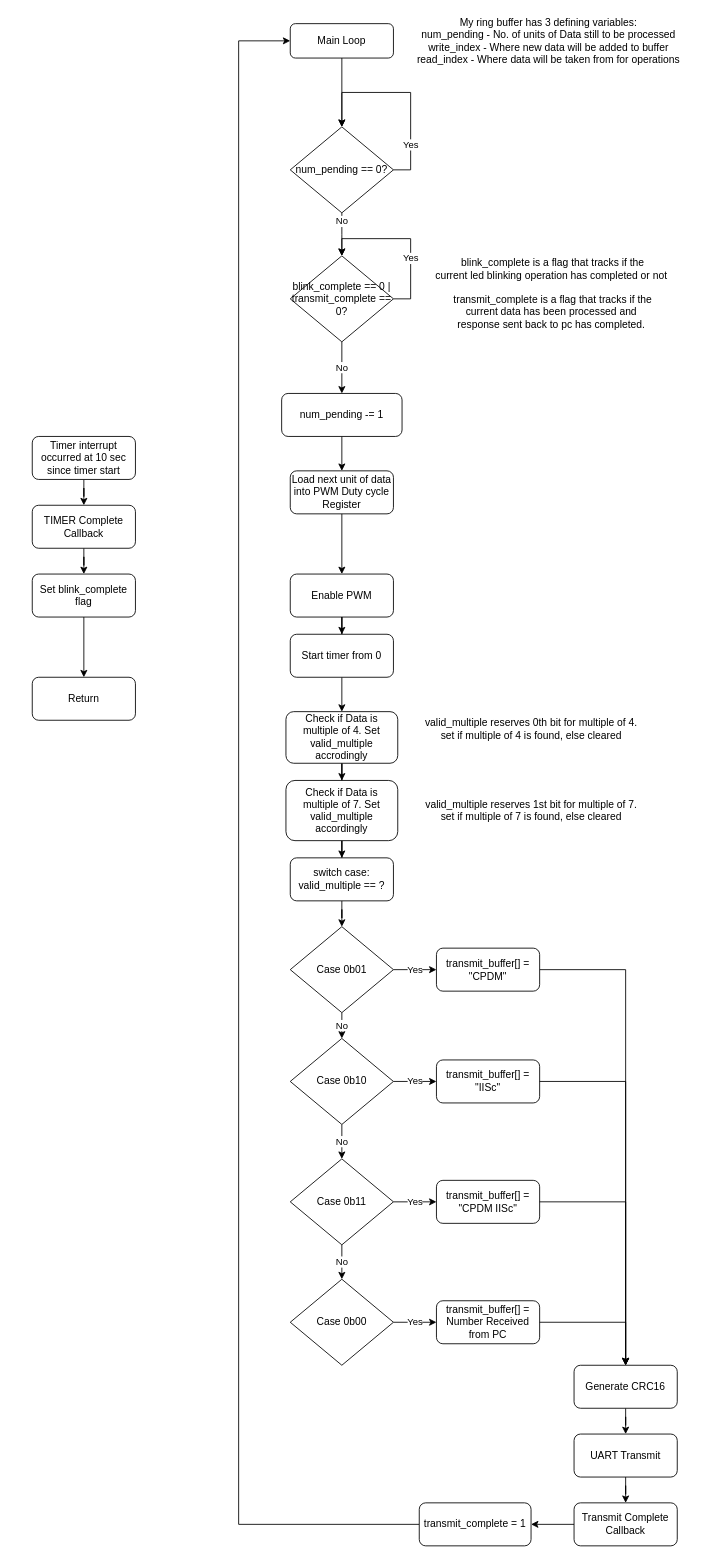
Earlier version of the draw.io diagram page "Main" (3 of 3) of Documentation/Flowchart.drawio (nagars/CPDM-IISc). Source tidied: cells renumbered, new cells numbered last; positions are measured from the earlier drawing's top-left corner, leaving out a move shared by most shapes. Both pictures are drawn from the tidied source at 86%, with x=0, y=0 at pixel (32, 15).
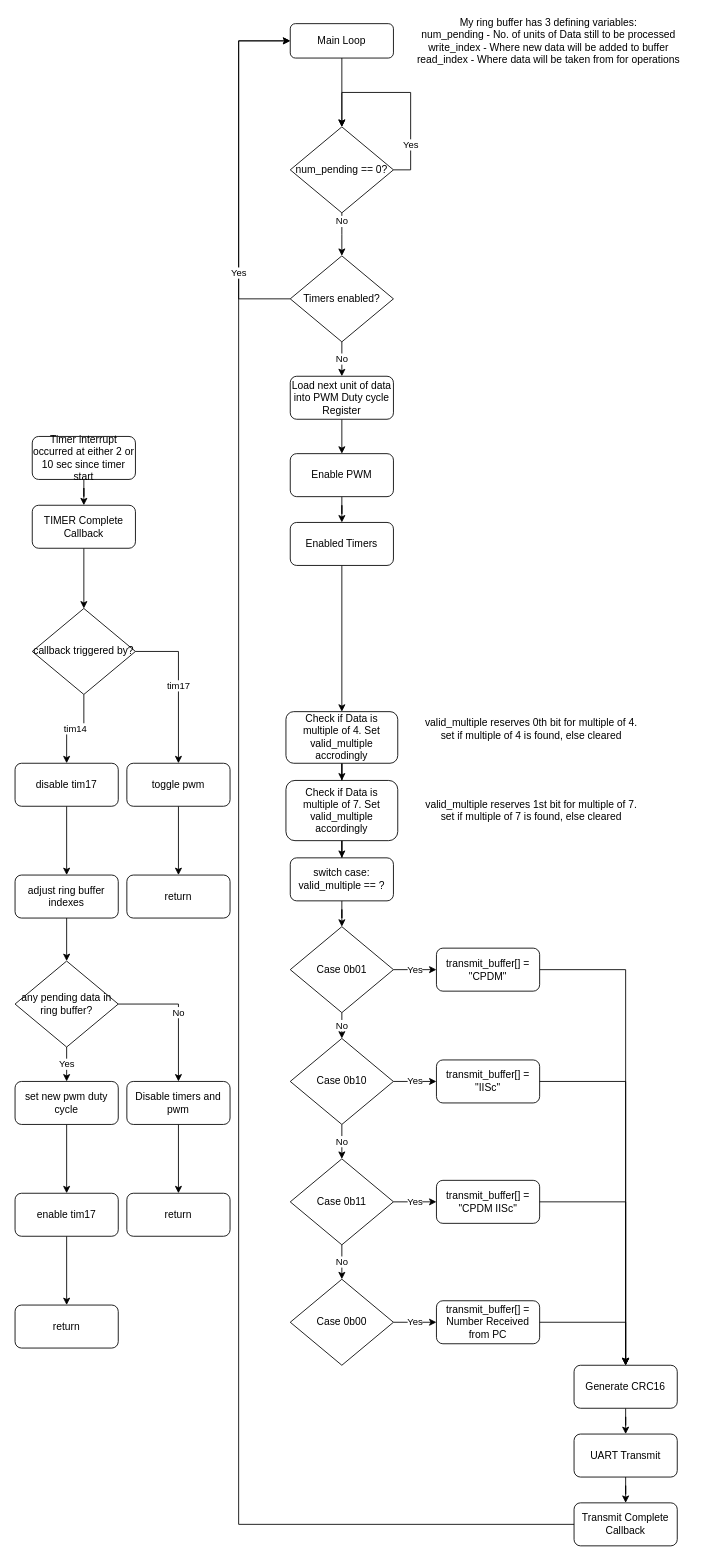
The same page after the edit.

Unchanged cells that the change refers to:
```xml
<mxCell id="3" value="Main Loop" style="rounded=1;whiteSpace=wrap;html=1;fontSize=12;glass=0;strokeWidth=1;shadow=0;" parent="1" vertex="1">
  <mxGeometry x="300" y="10" width="120" height="40" as="geometry" />
</mxCell>
<mxCell id="23" value="TIMER Complete Callback" style="rounded=1;whiteSpace=wrap;html=1;fontSize=12;glass=0;strokeWidth=1;shadow=0;" parent="1" vertex="1">
  <mxGeometry y="570" width="120" height="50" as="geometry" />
</mxCell>
<mxCell id="58" value="Transmit Complete Callback" style="rounded=1;whiteSpace=wrap;html=1;fontSize=12;glass=0;strokeWidth=1;shadow=0;" parent="1" vertex="1">
  <mxGeometry x="630" y="1730" width="120" height="50" as="geometry" />
</mxCell>
```

Change to the diagram source:
```diff
@@
-    <mxCell id="8" value="blink_complete is a flag that tracks if the &lt;br&gt;current led blinking operation has completed or not&amp;nbsp;" style="text;html=1;align=center;verticalAlign=middle;" parent="1" vertex="1">
-      <mxGeometry x="460" y="280" width="290" height="30" as="geometry" />
-    </mxCell>
-    <mxCell id="9" value="Yes" style="edgeStyle=orthogonalEdgeStyle;rounded=0;orthogonalLoop=1;jettySize=auto;html=1;entryX=0.5;entryY=0;entryDx=0;entryDy=0;" parent="1" edge="1" source="11" target="11">
-      <mxGeometry x="-0.3" relative="1" as="geometry">
-        <Array as="points">
-          <mxPoint x="440" y="330" />
-          <mxPoint x="440" y="260" />
-          <mxPoint x="360" y="260" />
-        </Array>
-      </mxGeometry>
-    </mxCell>
-    <mxCell id="10" value="No" style="edgeStyle=orthogonalEdgeStyle;rounded=0;jettySize=auto;html=1;" parent="1" edge="1" source="11" target="62">
+    <mxCell id="10" value="No" style="edgeStyle=orthogonalEdgeStyle;rounded=0;jettySize=auto;html=1;entryX=0.5;entryY=0;entryDx=0;entryDy=0;" parent="1" edge="1" source="11" target="13">
       <mxGeometry relative="1" as="geometry" />
     </mxCell>
-    <mxCell id="11" value="blink_complete == 0 | transmit_complete == 0?" style="rhombus;whiteSpace=wrap;html=1;" parent="1" vertex="1">
+    <mxCell id="11" value="Timers enabled?" style="rhombus;whiteSpace=wrap;html=1;" parent="1" vertex="1">
       <mxGeometry x="300" y="280" width="120" height="100" as="geometry" />
     </mxCell>
@@
     <mxCell id="13" value="Load next unit of data into PWM Duty cycle Register" style="rounded=1;whiteSpace=wrap;html=1;fontSize=12;glass=0;strokeWidth=1;shadow=0;" parent="1" vertex="1">
-      <mxGeometry x="300" y="530" width="120" height="50" as="geometry" />
+      <mxGeometry x="300" y="420" width="120" height="50" as="geometry" />
     </mxCell>
@@
     <mxCell id="15" value="Enable PWM" style="rounded=1;whiteSpace=wrap;html=1;fontSize=12;glass=0;strokeWidth=1;shadow=0;" parent="1" vertex="1">
-      <mxGeometry x="300" y="650" width="120" height="50" as="geometry" />
+      <mxGeometry x="300" y="510" width="120" height="50" as="geometry" />
     </mxCell>
@@
-    <mxCell id="17" value="Start timer from 0" style="rounded=1;whiteSpace=wrap;html=1;fontSize=12;glass=0;strokeWidth=1;shadow=0;" parent="1" vertex="1">
-      <mxGeometry x="300" y="720" width="120" height="50" as="geometry" />
+    <mxCell id="17" value="Enabled Timers" style="rounded=1;whiteSpace=wrap;html=1;fontSize=12;glass=0;strokeWidth=1;shadow=0;" parent="1" vertex="1">
+      <mxGeometry x="300" y="590" width="120" height="50" as="geometry" />
     </mxCell>
@@
-    <mxCell id="19" value="Timer interrupt occurred at 10 sec since timer start" style="rounded=1;whiteSpace=wrap;html=1;fontSize=12;glass=0;strokeWidth=1;shadow=0;" parent="1" vertex="1">
+    <mxCell id="19" value="Timer interrupt occurred at either 2 or 10 sec since timer start" style="rounded=1;whiteSpace=wrap;html=1;fontSize=12;glass=0;strokeWidth=1;shadow=0;" parent="1" vertex="1">
       <mxGeometry y="490" width="120" height="50" as="geometry" />
     </mxCell>
-    <mxCell id="20" style="edgeStyle=orthogonalEdgeStyle;rounded=0;jettySize=auto;html=1;entryX=0.5;entryY=0;entryDx=0;entryDy=0;" parent="1" edge="1" source="21" target="24">
+    <mxCell id="20" value="tim14" style="edgeStyle=orthogonalEdgeStyle;rounded=0;jettySize=auto;html=1;entryX=0.5;entryY=0;entryDx=0;entryDy=0;" parent="1" edge="1" source="65" target="24">
       <mxGeometry relative="1" as="geometry" />
     </mxCell>
-    <mxCell id="21" value="Set blink_complete flag" style="rounded=1;whiteSpace=wrap;html=1;fontSize=12;glass=0;strokeWidth=1;shadow=0;" parent="1" vertex="1">
-      <mxGeometry y="650" width="120" height="50" as="geometry" />
-    </mxCell>
-    <mxCell id="22" style="edgeStyle=orthogonalEdgeStyle;rounded=0;jettySize=auto;html=1;" parent="1" edge="1" source="23" target="21">
+    <mxCell id="22" style="edgeStyle=orthogonalEdgeStyle;rounded=0;jettySize=auto;html=1;entryX=0.5;entryY=0;entryDx=0;entryDy=0;" parent="1" edge="1" source="23" target="65">
       <mxGeometry relative="1" as="geometry" />
     </mxCell>
@@
+    <mxCell id="63" style="edgeStyle=orthogonalEdgeStyle;rounded=0;jettySize=auto;html=1;" parent="1" edge="1" source="24" target="72">
+      <mxGeometry relative="1" as="geometry" />
+    </mxCell>
-    <mxCell id="24" value="Return" style="rounded=1;whiteSpace=wrap;html=1;fontSize=12;glass=0;strokeWidth=1;shadow=0;" parent="1" vertex="1">
-      <mxGeometry y="770" width="120" height="50" as="geometry" />
+    <mxCell id="24" value="disable tim17" style="rounded=1;whiteSpace=wrap;html=1;fontSize=12;glass=0;strokeWidth=1;shadow=0;" parent="1" vertex="1">
+      <mxGeometry x="-20" y="870" width="120" height="50" as="geometry" />
     </mxCell>
@@
-    <mxCell id="56" value="transmit_complete is a flag that tracks if the &lt;br&gt;current data has been processed and&amp;nbsp;&lt;br&gt;response sent back to pc has completed.&amp;nbsp;" style="text;html=1;align=center;verticalAlign=middle;" parent="1" vertex="1">
-      <mxGeometry x="480" y="320" width="250" height="50" as="geometry" />
-    </mxCell>
-    <mxCell id="57" style="edgeStyle=orthogonalEdgeStyle;rounded=0;jettySize=auto;html=1;" parent="1" edge="1" source="58" target="60">
-      <mxGeometry relative="1" as="geometry" />
-    </mxCell>
@@
-    <mxCell id="59" style="edgeStyle=orthogonalEdgeStyle;rounded=0;jettySize=auto;html=1;exitX=0;exitY=0.5;exitDx=0;exitDy=0;entryX=0;entryY=0.5;entryDx=0;entryDy=0;" parent="1" edge="1" source="60" target="3">
+    <mxCell id="59" style="edgeStyle=orthogonalEdgeStyle;rounded=0;jettySize=auto;html=1;exitX=0;exitY=0.5;exitDx=0;exitDy=0;entryX=0;entryY=0.5;entryDx=0;entryDy=0;" parent="1" edge="1" source="58" target="3">
       <mxGeometry relative="1" as="geometry">
         <Array as="points">
           <mxPoint x="240" y="1755" />
           <mxPoint x="240" y="30" />
         </Array>
       </mxGeometry>
     </mxCell>
-    <mxCell id="60" value="transmit_complete = 1" style="rounded=1;whiteSpace=wrap;html=1;fontSize=12;glass=0;strokeWidth=1;shadow=0;" parent="1" vertex="1">
-      <mxGeometry x="450" y="1730" width="130" height="50" as="geometry" />
-    </mxCell>
-    <mxCell id="61" style="edgeStyle=orthogonalEdgeStyle;rounded=0;jettySize=auto;html=1;" parent="1" edge="1" source="62" target="13">
-      <mxGeometry relative="1" as="geometry" />
-    </mxCell>
-    <mxCell id="62" value="num_pending -= 1" style="rounded=1;whiteSpace=wrap;html=1;fontSize=12;glass=0;strokeWidth=1;shadow=0;" parent="1" vertex="1">
-      <mxGeometry x="290" y="440" width="140" height="50" as="geometry" />
-    </mxCell>
+    <mxCell id="64" value="Yes" style="edgeStyle=orthogonalEdgeStyle;rounded=0;jettySize=auto;html=1;exitX=0;exitY=0.5;exitDx=0;exitDy=0;entryX=0;entryY=0.5;entryDx=0;entryDy=0;" parent="1" edge="1" source="11" target="3">
+      <mxGeometry x="-0.57" relative="1" as="geometry">
+        <Array as="points">
+          <mxPoint x="240" y="330" />
+          <mxPoint x="240" y="30" />
+        </Array>
+      </mxGeometry>
+    </mxCell>
+    <mxCell id="65" value="callback triggered by?" style="rhombus;whiteSpace=wrap;html=1;" parent="1" vertex="1">
+      <mxGeometry y="690" width="120" height="100" as="geometry" />
+    </mxCell>
+    <mxCell id="66" style="edgeStyle=orthogonalEdgeStyle;rounded=0;jettySize=auto;html=1;" parent="1" edge="1" source="67" target="70">
+      <mxGeometry relative="1" as="geometry" />
+    </mxCell>
+    <mxCell id="67" value="toggle pwm" style="rounded=1;whiteSpace=wrap;html=1;fontSize=12;glass=0;strokeWidth=1;shadow=0;" parent="1" vertex="1">
+      <mxGeometry x="110" y="870" width="120" height="50" as="geometry" />
+    </mxCell>
+    <mxCell id="68" style="edgeStyle=orthogonalEdgeStyle;rounded=0;orthogonalLoop=1;jettySize=auto;html=1;exitX=0.5;exitY=1;exitDx=0;exitDy=0;" parent="1" edge="1" source="24" target="24">
+      <mxGeometry relative="1" as="geometry" />
+    </mxCell>
+    <mxCell id="69" value="tim17" style="edgeStyle=orthogonalEdgeStyle;rounded=0;jettySize=auto;html=1;entryX=0.5;entryY=0;entryDx=0;entryDy=0;exitX=1;exitY=0.5;exitDx=0;exitDy=0;" parent="1" edge="1" source="65" target="67">
+      <mxGeometry relative="1" as="geometry" />
+    </mxCell>
+    <mxCell id="70" value="return" style="rounded=1;whiteSpace=wrap;html=1;fontSize=12;glass=0;strokeWidth=1;shadow=0;" parent="1" vertex="1">
+      <mxGeometry x="110" y="1000" width="120" height="50" as="geometry" />
+    </mxCell>
+    <mxCell id="71" style="edgeStyle=orthogonalEdgeStyle;rounded=0;jettySize=auto;html=1;" parent="1" edge="1" source="72" target="74">
+      <mxGeometry relative="1" as="geometry" />
+    </mxCell>
+    <mxCell id="72" value="adjust ring buffer indexes" style="rounded=1;whiteSpace=wrap;html=1;fontSize=12;glass=0;strokeWidth=1;shadow=0;" parent="1" vertex="1">
+      <mxGeometry x="-20" y="1000" width="120" height="50" as="geometry" />
+    </mxCell>
+    <mxCell id="73" value="Yes" style="edgeStyle=orthogonalEdgeStyle;rounded=0;jettySize=auto;html=1;" parent="1" edge="1" source="74" target="79">
+      <mxGeometry relative="1" as="geometry" />
+    </mxCell>
+    <mxCell id="74" value="any pending data in ring buffer?" style="rhombus;whiteSpace=wrap;html=1;" parent="1" vertex="1">
+      <mxGeometry x="-20" y="1100" width="120" height="100" as="geometry" />
+    </mxCell>
+    <mxCell id="75" style="edgeStyle=orthogonalEdgeStyle;rounded=0;jettySize=auto;html=1;" parent="1" edge="1" source="76" target="80">
+      <mxGeometry relative="1" as="geometry" />
+    </mxCell>
+    <mxCell id="76" value="Disable timers and pwm" style="rounded=1;whiteSpace=wrap;html=1;fontSize=12;glass=0;strokeWidth=1;shadow=0;" parent="1" vertex="1">
+      <mxGeometry x="110" y="1240" width="120" height="50" as="geometry" />
+    </mxCell>
+    <mxCell id="77" value="No" style="edgeStyle=orthogonalEdgeStyle;rounded=0;jettySize=auto;html=1;exitX=1;exitY=0.5;exitDx=0;exitDy=0;entryX=0.5;entryY=0;entryDx=0;entryDy=0;" parent="1" edge="1" source="74" target="76">
+      <mxGeometry relative="1" as="geometry" />
+    </mxCell>
+    <mxCell id="78" style="edgeStyle=orthogonalEdgeStyle;rounded=0;jettySize=auto;html=1;" parent="1" edge="1" source="79" target="82">
+      <mxGeometry relative="1" as="geometry" />
+    </mxCell>
+    <mxCell id="79" value="set new pwm duty cycle" style="rounded=1;whiteSpace=wrap;html=1;fontSize=12;glass=0;strokeWidth=1;shadow=0;" parent="1" vertex="1">
+      <mxGeometry x="-20" y="1240" width="120" height="50" as="geometry" />
+    </mxCell>
+    <mxCell id="80" value="return" style="rounded=1;whiteSpace=wrap;html=1;fontSize=12;glass=0;strokeWidth=1;shadow=0;" parent="1" vertex="1">
+      <mxGeometry x="110" y="1370" width="120" height="50" as="geometry" />
+    </mxCell>
+    <mxCell id="81" style="edgeStyle=orthogonalEdgeStyle;rounded=0;jettySize=auto;html=1;" parent="1" edge="1" source="82" target="83">
+      <mxGeometry relative="1" as="geometry" />
+    </mxCell>
+    <mxCell id="82" value="enable tim17" style="rounded=1;whiteSpace=wrap;html=1;fontSize=12;glass=0;strokeWidth=1;shadow=0;" parent="1" vertex="1">
+      <mxGeometry x="-20" y="1370" width="120" height="50" as="geometry" />
+    </mxCell>
+    <mxCell id="83" value="return" style="rounded=1;whiteSpace=wrap;html=1;fontSize=12;glass=0;strokeWidth=1;shadow=0;" parent="1" vertex="1">
+      <mxGeometry x="-20" y="1500" width="120" height="50" as="geometry" />
+    </mxCell>
```
